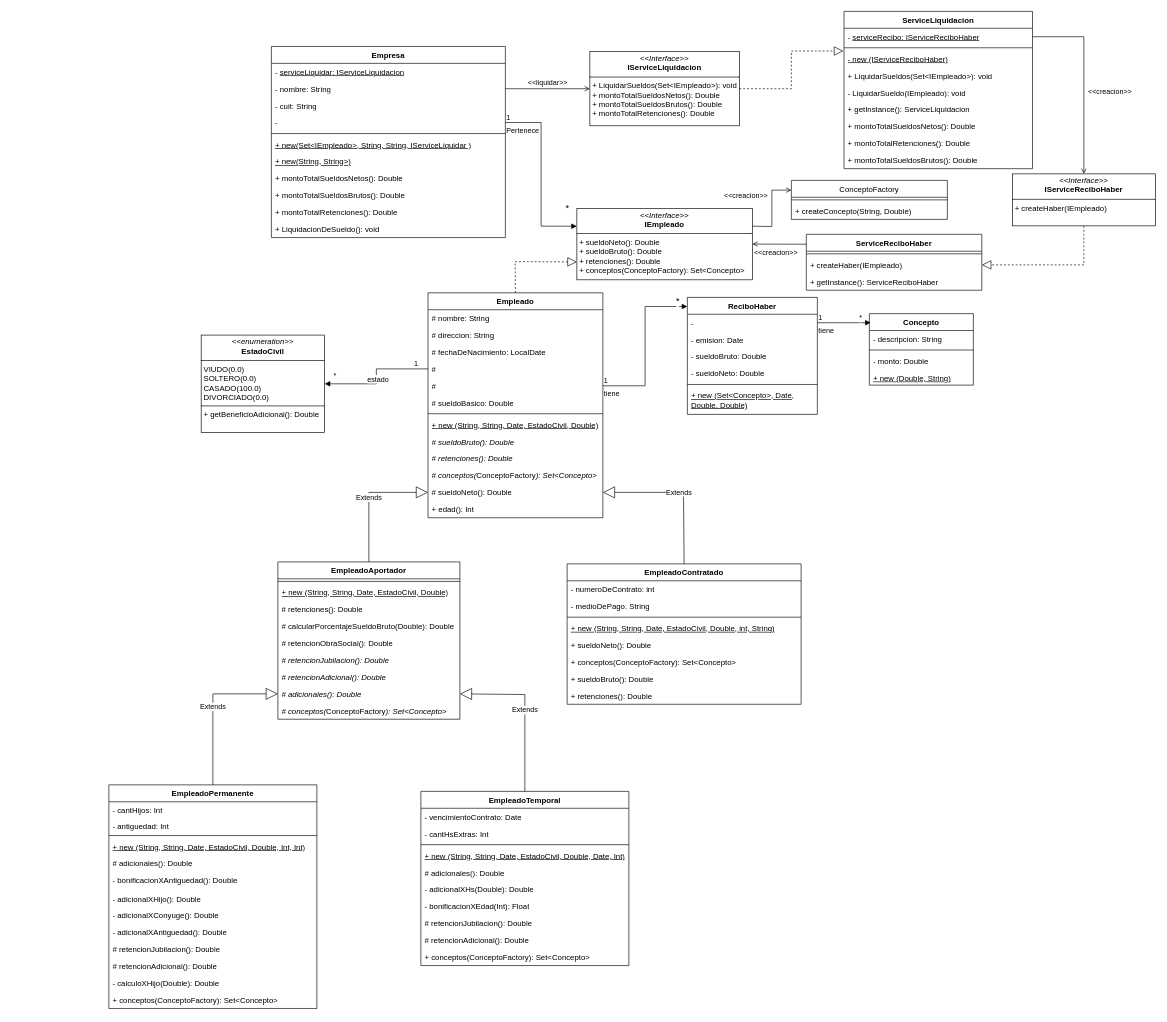
Before: TP-2/tp-02.drawio in tomasmendoza-unq/objetos2, a draw.io diagram. Source tidied: cells renumbered, new cells numbered last; positions are measured from the earlier drawing's top-left corner, leaving out a move shared by most shapes. Both pictures are drawn from the tidied source at 65%, with x=0, y=0 at pixel (11, 11).
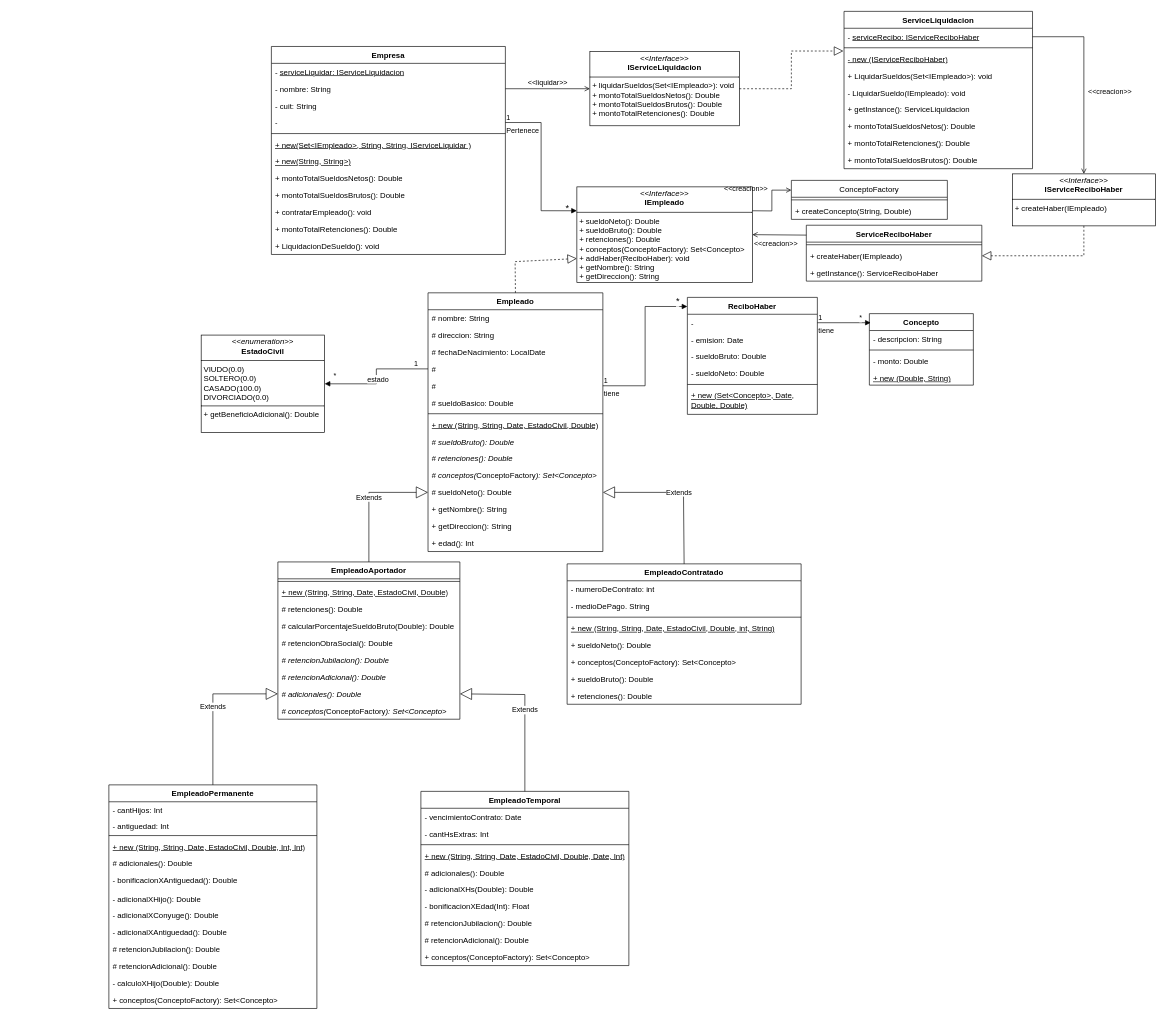
After the change.

Unchanged cells that the change refers to:
```xml
<mxCell id="111" value="&lt;p style=&quot;margin:0px;margin-top:4px;text-align:center;&quot;&gt;&lt;i&gt;&amp;lt;&amp;lt;Interface&amp;gt;&amp;gt;&lt;/i&gt;&lt;br&gt;&lt;b&gt;IServiceReciboHaber&lt;/b&gt;&lt;/p&gt;&lt;hr size=&quot;1&quot; style=&quot;border-style:solid;&quot;&gt;&lt;p style=&quot;margin:0px;margin-left:4px;&quot;&gt;+ createHaber(IEmpleado)&lt;/p&gt;" style="verticalAlign=top;align=left;overflow=fill;html=1;whiteSpace=wrap;" parent="1" vertex="1">
  <mxGeometry x="1540" y="250" width="220" height="80" as="geometry" />
</mxCell>
<mxCell id="116" value="+ createHaber(IEmpleado)" style="text;strokeColor=none;fillColor=none;align=left;verticalAlign=top;spacingLeft=4;spacingRight=4;overflow=hidden;points=[[0,0.5],[1,0.5]];portConstraint=eastwest;whiteSpace=wrap;html=1;" parent="114" vertex="1">
  <mxGeometry y="34" width="270" height="26" as="geometry" />
</mxCell>
<mxCell id="124" value="&lt;span style=&quot;font-weight: 400; text-align: left;&quot;&gt;ConceptoFactory&lt;/span&gt;" style="swimlane;fontStyle=1;align=center;verticalAlign=top;horizontal=1;startSize=26;whiteSpace=wrap;html=1;" parent="1" vertex="1">
  <mxGeometry x="1200" y="260" width="240" height="60" as="geometry" />
</mxCell>
```

Diff of the diagram source:
```diff
@@
     <mxCell id="2" value="Empleado" style="swimlane;fontStyle=1;align=center;verticalAlign=top;horizontal=1;startSize=26;whiteSpace=wrap;html=1;" parent="1" vertex="1">
-      <mxGeometry x="641" y="433" width="269" height="346" as="geometry" />
+      <mxGeometry x="641" y="433" width="269" height="398" as="geometry" />
     </mxCell>
@@
+    <mxCell id="129" value="+ getNombre(): String" style="text;strokeColor=none;fillColor=none;align=left;verticalAlign=top;spacingLeft=4;spacingRight=4;overflow=hidden;whiteSpace=wrap;html=1;" parent="2" vertex="1">
+      <mxGeometry y="320" width="269" height="26" as="geometry" />
+    </mxCell>
+    <mxCell id="130" value="+ getDireccion(): String" style="text;strokeColor=none;fillColor=none;align=left;verticalAlign=top;spacingLeft=4;spacingRight=4;overflow=hidden;whiteSpace=wrap;html=1;" parent="2" vertex="1">
+      <mxGeometry y="346" width="269" height="26" as="geometry" />
+    </mxCell>
     <mxCell id="15" value="+ edad(): Int" style="text;strokeColor=none;fillColor=none;align=left;verticalAlign=top;spacingLeft=4;spacingRight=4;overflow=hidden;whiteSpace=wrap;html=1;" parent="2" vertex="1">
-      <mxGeometry y="320" width="269" height="26" as="geometry" />
+      <mxGeometry y="372" width="269" height="26" as="geometry" />
     </mxCell>
@@
     <mxCell id="41" value="Empresa" style="swimlane;fontStyle=1;align=center;verticalAlign=top;horizontal=1;startSize=26;whiteSpace=wrap;html=1;" parent="1" vertex="1">
-      <mxGeometry x="400" y="54" width="360" height="294" as="geometry" />
+      <mxGeometry x="400" y="54" width="360" height="320" as="geometry" />
     </mxCell>
@@
+    <mxCell id="131" value="+ contratarEmpleado(): void" style="text;strokeColor=none;fillColor=none;align=left;verticalAlign=top;spacingLeft=4;spacingRight=4;overflow=hidden;whiteSpace=wrap;html=1;" parent="41" vertex="1">
+      <mxGeometry y="242" width="360" height="26" as="geometry" />
+    </mxCell>
     <mxCell id="51" value="+ montoTotalRetenciones(): Double" style="text;strokeColor=none;fillColor=none;align=left;verticalAlign=top;spacingLeft=4;spacingRight=4;overflow=hidden;whiteSpace=wrap;html=1;" parent="41" vertex="1">
-      <mxGeometry y="242" width="360" height="26" as="geometry" />
+      <mxGeometry y="268" width="360" height="26" as="geometry" />
     </mxCell>
     <mxCell id="52" value="+ LiquidacionDeSueldo(): void" style="text;strokeColor=none;fillColor=none;align=left;verticalAlign=top;spacingLeft=4;spacingRight=4;overflow=hidden;whiteSpace=wrap;html=1;" parent="41" vertex="1">
-      <mxGeometry y="268" width="360" height="26" as="geometry" />
+      <mxGeometry y="294" width="360" height="26" as="geometry" />
     </mxCell>
@@
-    <mxCell id="80" value="&lt;p style=&quot;margin:0px;margin-top:4px;text-align:center;&quot;&gt;&lt;i&gt;&amp;lt;&amp;lt;Interface&amp;gt;&amp;gt;&lt;/i&gt;&lt;br&gt;&lt;b&gt;IEmpleado&lt;/b&gt;&lt;/p&gt;&lt;hr size=&quot;1&quot; style=&quot;border-style:solid;&quot;&gt;&lt;p style=&quot;margin:0px;margin-left:4px;&quot;&gt;+ sueldoNeto(): Double&lt;/p&gt;&lt;p style=&quot;margin:0px;margin-left:4px;&quot;&gt;+ sueldoBruto(): Double&lt;/p&gt;&lt;p style=&quot;margin:0px;margin-left:4px;&quot;&gt;+ retenciones(): Double&lt;/p&gt;&lt;p style=&quot;margin:0px;margin-left:4px;&quot;&gt;+ conceptos(ConceptoFactory): Set&amp;lt;Concepto&amp;gt;&lt;/p&gt;&lt;p style=&quot;margin:0px;margin-left:4px;&quot;&gt;&lt;br&gt;&lt;/p&gt;" style="verticalAlign=top;align=left;overflow=fill;html=1;whiteSpace=wrap;" parent="1" vertex="1">
-      <mxGeometry x="870" y="303" width="270" height="110" as="geometry" />
+    <mxCell id="80" value="&lt;p style=&quot;margin:0px;margin-top:4px;text-align:center;&quot;&gt;&lt;i&gt;&amp;lt;&amp;lt;Interface&amp;gt;&amp;gt;&lt;/i&gt;&lt;br&gt;&lt;b&gt;IEmpleado&lt;/b&gt;&lt;/p&gt;&lt;hr size=&quot;1&quot; style=&quot;border-style:solid;&quot;&gt;&lt;p style=&quot;margin:0px;margin-left:4px;&quot;&gt;+ sueldoNeto(): Double&lt;/p&gt;&lt;p style=&quot;margin:0px;margin-left:4px;&quot;&gt;+ sueldoBruto(): Double&lt;/p&gt;&lt;p style=&quot;margin:0px;margin-left:4px;&quot;&gt;+ retenciones(): Double&lt;/p&gt;&lt;p style=&quot;margin:0px;margin-left:4px;&quot;&gt;+ conceptos(ConceptoFactory): Set&amp;lt;Concepto&amp;gt;&lt;/p&gt;&lt;p style=&quot;margin:0px;margin-left:4px;&quot;&gt;+ addHaber(ReciboHaber): void&lt;/p&gt;&lt;p style=&quot;margin:0px;margin-left:4px;&quot;&gt;+ getNombre(): String&lt;/p&gt;&lt;p style=&quot;margin:0px;margin-left:4px;&quot;&gt;+ getDireccion(): String&lt;/p&gt;&lt;p style=&quot;margin:0px;margin-left:4px;&quot;&gt;&lt;br&gt;&lt;/p&gt;&lt;p style=&quot;margin:0px;margin-left:4px;&quot;&gt;&lt;br&gt;&lt;/p&gt;" style="verticalAlign=top;align=left;overflow=fill;html=1;whiteSpace=wrap;" parent="1" vertex="1">
+      <mxGeometry x="870" y="270" width="270" height="147" as="geometry" />
     </mxCell>
@@
-    <mxCell id="98" value="&lt;p style=&quot;margin:0px;margin-top:4px;text-align:center;&quot;&gt;&lt;i&gt;&amp;lt;&amp;lt;Interface&amp;gt;&amp;gt;&lt;/i&gt;&lt;br&gt;&lt;b&gt;IServiceLiquidacion&lt;/b&gt;&lt;/p&gt;&lt;hr size=&quot;1&quot; style=&quot;border-style:solid;&quot;&gt;&lt;p style=&quot;margin:0px;margin-left:4px;&quot;&gt;+ LiquidarSueldos(Set&amp;lt;IEmpleado&amp;gt;): void&lt;/p&gt;&lt;p style=&quot;margin:0px;margin-left:4px;&quot;&gt;+ montoTotalSueldosNetos(): Double&lt;/p&gt;&lt;p style=&quot;margin:0px;margin-left:4px;&quot;&gt;+ montoTotalSueldosBrutos(): Double&lt;/p&gt;&lt;p style=&quot;margin:0px;margin-left:4px;&quot;&gt;+ montoTotalRetenciones(): Double&lt;/p&gt;" style="verticalAlign=top;align=left;overflow=fill;html=1;whiteSpace=wrap;" parent="1" vertex="1">
+    <mxCell id="98" value="&lt;p style=&quot;margin:0px;margin-top:4px;text-align:center;&quot;&gt;&lt;i&gt;&amp;lt;&amp;lt;Interface&amp;gt;&amp;gt;&lt;/i&gt;&lt;br&gt;&lt;b&gt;IServiceLiquidacion&lt;/b&gt;&lt;/p&gt;&lt;hr size=&quot;1&quot; style=&quot;border-style:solid;&quot;&gt;&lt;p style=&quot;margin:0px;margin-left:4px;&quot;&gt;+ liquidarSueldos(Set&amp;lt;IEmpleado&amp;gt;): void&lt;/p&gt;&lt;p style=&quot;margin:0px;margin-left:4px;&quot;&gt;+ montoTotalSueldosNetos(): Double&lt;/p&gt;&lt;p style=&quot;margin:0px;margin-left:4px;&quot;&gt;+ montoTotalSueldosBrutos(): Double&lt;/p&gt;&lt;p style=&quot;margin:0px;margin-left:4px;&quot;&gt;+ montoTotalRetenciones(): Double&lt;/p&gt;" style="verticalAlign=top;align=left;overflow=fill;html=1;whiteSpace=wrap;" parent="1" vertex="1">
       <mxGeometry x="890" y="62" width="230" height="114" as="geometry" />
     </mxCell>
@@
     <mxCell id="113" style="endArrow=block;dashed=1;endFill=0;endSize=12;html=1;rounded=0;exitX=0.5;exitY=1;exitDx=0;exitDy=0;entryX=1;entryY=0.5;entryDx=0;entryDy=0;" parent="1" edge="1" source="111" target="116">
       <mxGeometry relative="1" as="geometry">
         <Array as="points">
-          <mxPoint x="1650" y="390" />
+          <mxPoint x="1650" y="376" />
         </Array>
       </mxGeometry>
     </mxCell>
     <mxCell id="114" value="ServiceReciboHaber" style="swimlane;fontStyle=1;align=center;verticalAlign=top;horizontal=1;startSize=26;whiteSpace=wrap;html=1;" parent="1" vertex="1">
-      <mxGeometry x="1223" y="343" width="270" height="86" as="geometry" />
+      <mxGeometry x="1223" y="329" width="270" height="86" as="geometry" />
     </mxCell>
@@
     <mxCell id="127" value="&amp;lt;&amp;lt;creacion&amp;gt;&amp;gt;" style="html=1;verticalAlign=bottom;labelBackgroundColor=none;endArrow=open;endFill=0;rounded=0;entryX=0;entryY=0.25;entryDx=0;entryDy=0;exitX=1;exitY=0.25;exitDx=0;exitDy=0;" parent="1" edge="1" source="80" target="124">
       <mxGeometry x="0.19" y="40" relative="1" as="geometry">
         <Array as="points">
-          <mxPoint x="1170" y="331" />
+          <mxPoint x="1170" y="307" />
           <mxPoint x="1170" y="275" />
         </Array>
       </mxGeometry>
     </mxCell>
```
